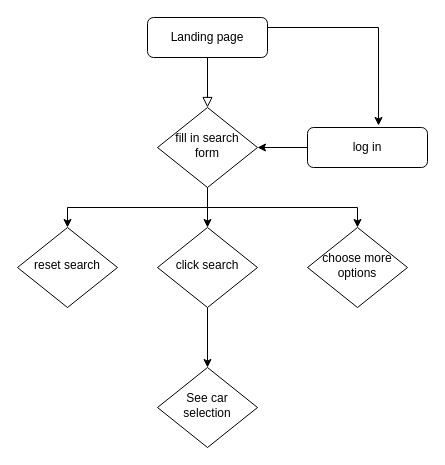
Earlier version of the draw.io diagram Untitled Diagram.drawio (Lauro235/Lauro235). Source tidied: cells renumbered, new cells numbered last; positions are measured from the earlier drawing's top-left corner, leaving out a move shared by most shapes. Both pictures are drawn from the tidied source at 100%, with x=0, y=0 at pixel (17, 17).
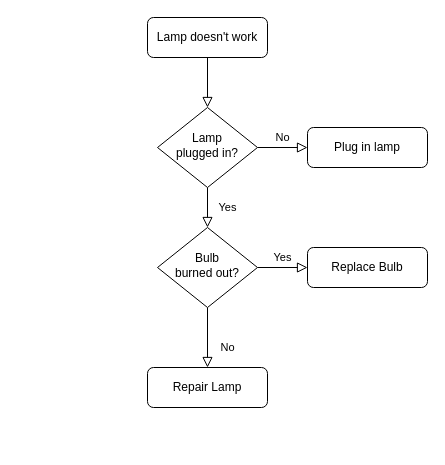
The same page after the edit.

Diff of the diagram source:
```diff
@@
 <mxGraphModel>
   <root>
     <mxCell id="0" />
     <mxCell id="1" parent="0" />
     <mxCell id="2" style="rounded=0;html=1;jettySize=auto;fontSize=11;endArrow=block;endFill=0;endSize=8;strokeWidth=1;shadow=0;labelBackgroundColor=none;edgeStyle=orthogonalEdgeStyle;" parent="1" edge="1" source="4" target="8">
       <mxGeometry relative="1" as="geometry" />
     </mxCell>
-    <mxCell id="3" style="edgeStyle=orthogonalEdgeStyle;rounded=0;jettySize=auto;html=1;exitX=1;exitY=0.25;exitDx=0;exitDy=0;entryX=0.592;entryY=-0.05;entryDx=0;entryDy=0;entryPerimeter=0;" parent="1" edge="1" source="4" target="10">
-      <mxGeometry relative="1" as="geometry" />
-    </mxCell>
-    <mxCell id="4" value="Landing page" style="rounded=1;whiteSpace=wrap;html=1;fontSize=12;glass=0;strokeWidth=1;shadow=0;" parent="1" vertex="1">
+    <mxCell id="4" value="Lamp doesn't work" style="rounded=1;whiteSpace=wrap;html=1;fontSize=12;glass=0;strokeWidth=1;shadow=0;" parent="1" vertex="1">
       <mxGeometry x="130" width="120" height="40" as="geometry" />
     </mxCell>
-    <mxCell id="5" style="edgeStyle=orthogonalEdgeStyle;rounded=0;jettySize=auto;html=1;exitX=0.5;exitY=1;exitDx=0;exitDy=0;entryX=0.5;entryY=0;entryDx=0;entryDy=0;" parent="1" edge="1" source="8" target="14">
-      <mxGeometry relative="1" as="geometry" />
-    </mxCell>
-    <mxCell id="6" style="edgeStyle=orthogonalEdgeStyle;rounded=0;jettySize=auto;html=1;exitX=0.5;exitY=1;exitDx=0;exitDy=0;entryX=0.5;entryY=0;entryDx=0;entryDy=0;" parent="1" edge="1" source="8" target="12">
-      <mxGeometry relative="1" as="geometry" />
+    <mxCell id="6" value="Yes" style="rounded=0;html=1;jettySize=auto;fontSize=11;endArrow=block;endFill=0;endSize=8;strokeWidth=1;shadow=0;labelBackgroundColor=none;edgeStyle=orthogonalEdgeStyle;" parent="1" edge="1" source="8" target="12">
+      <mxGeometry y="20" relative="1" as="geometry" />
     </mxCell>
-    <mxCell id="7" style="edgeStyle=orthogonalEdgeStyle;rounded=0;jettySize=auto;html=1;exitX=0.5;exitY=1;exitDx=0;exitDy=0;entryX=0.5;entryY=0;entryDx=0;entryDy=0;" parent="1" edge="1" source="8" target="13">
-      <mxGeometry relative="1" as="geometry" />
-    </mxCell>
+    <mxCell id="16" value="No" style="edgeStyle=orthogonalEdgeStyle;rounded=0;html=1;jettySize=auto;fontSize=11;endArrow=block;endFill=0;endSize=8;strokeWidth=1;shadow=0;labelBackgroundColor=none;" parent="1" edge="1" source="8" target="10">
+      <mxGeometry y="10" relative="1" as="geometry" />
+    </mxCell>
-    <mxCell id="8" value="fill in search form" style="rhombus;whiteSpace=wrap;html=1;shadow=0;fontFamily=Helvetica;fontSize=12;align=center;strokeWidth=1;spacing=6;spacingTop=-4;" parent="1" vertex="1">
+    <mxCell id="8" value="Lamp&lt;br&gt;plugged in?" style="rhombus;whiteSpace=wrap;html=1;shadow=0;fontFamily=Helvetica;fontSize=12;align=center;strokeWidth=1;spacing=6;spacingTop=-4;" parent="1" vertex="1">
       <mxGeometry x="140" y="90" width="100" height="80" as="geometry" />
     </mxCell>
-    <mxCell id="9" style="edgeStyle=orthogonalEdgeStyle;rounded=0;jettySize=auto;html=1;exitX=0;exitY=0.5;exitDx=0;exitDy=0;entryX=1;entryY=0.5;entryDx=0;entryDy=0;" parent="1" edge="1" source="10" target="8">
-      <mxGeometry relative="1" as="geometry" />
-    </mxCell>
-    <mxCell id="10" value="log in" style="rounded=1;whiteSpace=wrap;html=1;fontSize=12;glass=0;strokeWidth=1;shadow=0;" parent="1" vertex="1">
+    <mxCell id="10" value="Plug in lamp" style="rounded=1;whiteSpace=wrap;html=1;fontSize=12;glass=0;strokeWidth=1;shadow=0;" parent="1" vertex="1">
       <mxGeometry x="290" y="110" width="120" height="40" as="geometry" />
     </mxCell>
-    <mxCell id="11" style="edgeStyle=orthogonalEdgeStyle;rounded=0;jettySize=auto;html=1;exitX=0.5;exitY=1;exitDx=0;exitDy=0;entryX=0.5;entryY=0;entryDx=0;entryDy=0;" parent="1" edge="1" source="12" target="15">
-      <mxGeometry relative="1" as="geometry" />
-    </mxCell>
+    <mxCell id="17" value="No" style="rounded=0;html=1;jettySize=auto;fontSize=11;endArrow=block;endFill=0;endSize=8;strokeWidth=1;shadow=0;labelBackgroundColor=none;edgeStyle=orthogonalEdgeStyle;" parent="1" edge="1" source="12" target="19">
+      <mxGeometry x="0.33" y="20" relative="1" as="geometry" />
+    </mxCell>
+    <mxCell id="18" value="Yes" style="edgeStyle=orthogonalEdgeStyle;rounded=0;html=1;jettySize=auto;fontSize=11;endArrow=block;endFill=0;endSize=8;strokeWidth=1;shadow=0;labelBackgroundColor=none;" parent="1" edge="1" source="12" target="20">
+      <mxGeometry y="10" relative="1" as="geometry" />
+    </mxCell>
-    <mxCell id="12" value="click search" style="rhombus;whiteSpace=wrap;html=1;shadow=0;fontFamily=Helvetica;fontSize=12;align=center;strokeWidth=1;spacing=6;spacingTop=-4;" parent="1" vertex="1">
+    <mxCell id="12" value="Bulb&lt;br&gt;burned out?" style="rhombus;whiteSpace=wrap;html=1;shadow=0;fontFamily=Helvetica;fontSize=12;align=center;strokeWidth=1;spacing=6;spacingTop=-4;" parent="1" vertex="1">
       <mxGeometry x="140" y="210" width="100" height="80" as="geometry" />
     </mxCell>
-    <mxCell id="13" value="reset search" style="rhombus;whiteSpace=wrap;html=1;shadow=0;fontFamily=Helvetica;fontSize=12;align=center;strokeWidth=1;spacing=6;spacingTop=-4;" parent="1" vertex="1">
-      <mxGeometry y="210" width="100" height="80" as="geometry" />
-    </mxCell>
-    <mxCell id="14" value="choose more options" style="rhombus;whiteSpace=wrap;html=1;shadow=0;fontFamily=Helvetica;fontSize=12;align=center;strokeWidth=1;spacing=6;spacingTop=-4;" parent="1" vertex="1">
-      <mxGeometry x="290" y="210" width="100" height="80" as="geometry" />
-    </mxCell>
-    <mxCell id="15" value="See car selection" style="rhombus;whiteSpace=wrap;html=1;shadow=0;fontFamily=Helvetica;fontSize=12;align=center;strokeWidth=1;spacing=6;spacingTop=-4;" parent="1" vertex="1">
-      <mxGeometry x="140" y="350" width="100" height="80" as="geometry" />
-    </mxCell>
+    <mxCell id="19" value="Repair Lamp" style="rounded=1;whiteSpace=wrap;html=1;fontSize=12;glass=0;strokeWidth=1;shadow=0;" parent="1" vertex="1">
+      <mxGeometry x="130" y="350" width="120" height="40" as="geometry" />
+    </mxCell>
+    <mxCell id="20" value="Replace Bulb" style="rounded=1;whiteSpace=wrap;html=1;fontSize=12;glass=0;strokeWidth=1;shadow=0;" parent="1" vertex="1">
+      <mxGeometry x="290" y="230" width="120" height="40" as="geometry" />
+    </mxCell>
   </root>
 </mxGraphModel>
```
